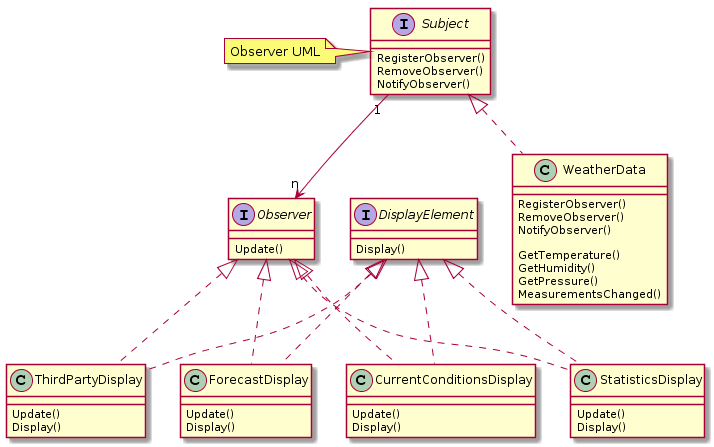
Above: DesignPattern/02_observer/src/uml.png in changmu/NoteBook (PlantUML), before the change.
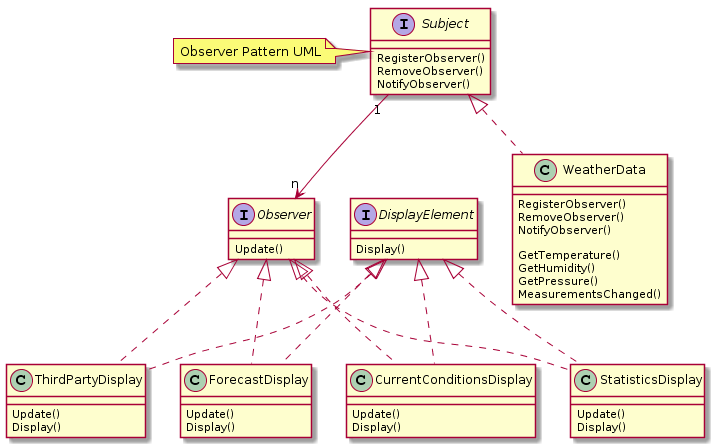
Above is the later version.

The edit, as a diff of the source:
```diff
@@ -10,7 +10,7 @@
 }
 Subject "1" --> "n" Observer
 
-note left of Subject: Observer UML
+note left of Subject: Observer Pattern UML
 
 class WeatherData {
     RegisterObserver()
```
